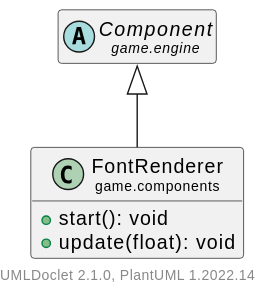
Hirschiii/JavaGameEngine keeps this PlantUML diagram as doc/javadoc/game/components/FontRenderer.svg. Above is the earlier version. Source of this version:
```plantuml
@startuml
    set namespaceSeparator none
    hide empty fields
    hide empty methods

    class "<size:14>FontRenderer\n<size:10>game.components" as game.components.FontRenderer [[FontRenderer.html]] {
        +start(): void
        +update(float): void
    }

    abstract class "<size:14>Component\n<size:10>game.engine" as game.engine.Component [[../engine/Component.html]]

    game.engine.Component <|-- game.components.FontRenderer

    center footer UMLDoclet 2.1.0, PlantUML %version()
@enduml
```
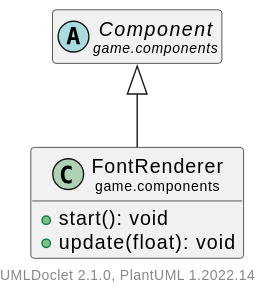
After the commit.

The edit, as a diff of the source:
```diff
@@ -8,9 +8,9 @@
         +update(float): void
     }
 
-    abstract class "<size:14>Component\n<size:10>game.engine" as game.engine.Component [[../engine/Component.html]]
+    abstract class "<size:14>Component\n<size:10>game.components" as game.components.Component [[Component.html]]
 
-    game.engine.Component <|-- game.components.FontRenderer
+    game.components.Component <|-- game.components.FontRenderer
 
     center footer UMLDoclet 2.1.0, PlantUML %version()
 @enduml
```
